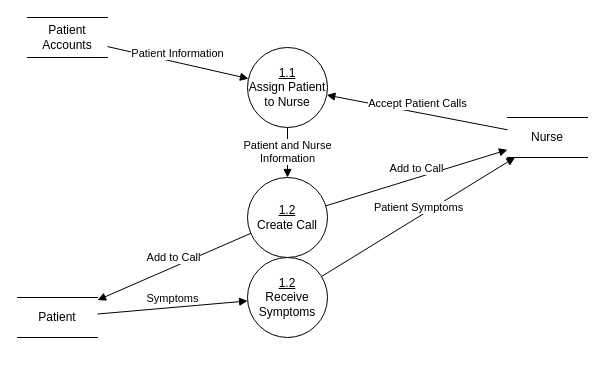
Above: OliverWork/Milestone2/Level1DFDNurseHotline.drawio in SENG-350-2024-fall/Team9 (draw.io), before the change. Source tidied: cells renumbered, new cells numbered last; positions are measured from the earlier drawing's top-left corner, leaving out a move shared by most shapes. Both pictures are drawn from the tidied source at 100%, with x=0, y=0 at pixel (17, 17).
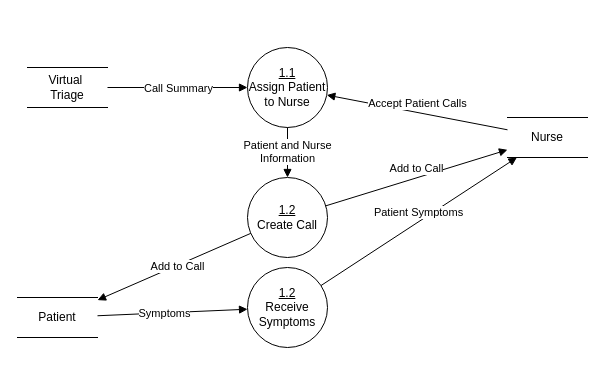
The same page after the edit.

Diff of the diagram source:
```diff
@@
 <mxGraphModel>
   <root>
     <mxCell id="0" />
     <mxCell id="1" parent="0" />
-    <mxCell id="2" value="Patient Information" style="html=1;verticalAlign=bottom;endArrow=block;curved=0;rounded=0;" parent="1" edge="1" source="14" target="3">
+    <mxCell id="2" style="html=1;verticalAlign=bottom;endArrow=block;curved=0;rounded=0;" parent="1" edge="1" source="14" target="3">
       <mxGeometry relative="1" as="geometry" />
     </mxCell>
+    <mxCell id="15" value="Call Summary" style="edgeLabel;html=1;align=center;verticalAlign=middle;" parent="2" vertex="1">
+      <mxGeometry x="-0.14" y="3" relative="1" as="geometry">
+        <mxPoint x="10" y="3" as="offset" />
+      </mxGeometry>
+    </mxCell>
     <mxCell id="3" value="&lt;u&gt;1.1&lt;/u&gt;&lt;div&gt;Assign Patient to Nurse&lt;/div&gt;" style="ellipse;whiteSpace=wrap;html=1;" parent="1" vertex="1">
       <mxGeometry x="230" y="30" width="80" height="80" as="geometry" />
     </mxCell>
     <mxCell id="4" value="Nurse" style="shape=partialRectangle;whiteSpace=wrap;html=1;left=0;right=0;fillColor=none;" parent="1" vertex="1">
       <mxGeometry x="490" y="100" width="80" height="40" as="geometry" />
     </mxCell>
     <mxCell id="5" value="Accept Patient Calls" style="html=1;verticalAlign=bottom;endArrow=block;curved=0;rounded=0;" parent="1" edge="1" source="4" target="3">
       <mxGeometry relative="1" as="geometry" />
     </mxCell>
     <mxCell id="6" value="&lt;u&gt;1.2&lt;/u&gt;&lt;div&gt;Receive Symptoms&lt;/div&gt;" style="ellipse;whiteSpace=wrap;html=1;" parent="1" vertex="1">
-      <mxGeometry x="230" y="240" width="80" height="80" as="geometry" />
+      <mxGeometry x="230" y="250" width="80" height="80" as="geometry" />
     </mxCell>
     <mxCell id="7" value="&lt;u&gt;1.2&lt;/u&gt;&lt;div&gt;Create Call&lt;/div&gt;" style="ellipse;whiteSpace=wrap;html=1;" parent="1" vertex="1">
       <mxGeometry x="230" y="160" width="80" height="80" as="geometry" />
     </mxCell>
     <mxCell id="8" value="Patient" style="shape=partialRectangle;whiteSpace=wrap;html=1;left=0;right=0;fillColor=none;" parent="1" vertex="1">
       <mxGeometry y="280" width="80" height="40" as="geometry" />
     </mxCell>
-    <mxCell id="9" value="Symptoms" style="html=1;verticalAlign=bottom;endArrow=block;curved=0;rounded=0;" parent="1" edge="1" source="8" target="6">
+    <mxCell id="9" style="html=1;verticalAlign=bottom;endArrow=block;curved=0;rounded=0;" parent="1" edge="1" source="8" target="6">
       <mxGeometry relative="1" as="geometry" />
     </mxCell>
+    <mxCell id="16" value="Symptoms" style="edgeLabel;html=1;align=center;verticalAlign=middle;" parent="9" vertex="1">
+      <mxGeometry x="-0.11" relative="1" as="geometry" />
+    </mxCell>
     <mxCell id="10" value="Patient Symptoms" style="html=1;verticalAlign=bottom;endArrow=block;curved=0;rounded=0;" parent="1" edge="1" source="6" target="4">
       <mxGeometry relative="1" as="geometry" />
     </mxCell>
     <mxCell id="11" value="Add to Call" style="html=1;verticalAlign=bottom;endArrow=block;curved=0;rounded=0;" parent="1" edge="1" source="7" target="4">
       <mxGeometry relative="1" as="geometry" />
     </mxCell>
-    <mxCell id="12" value="Add to Call" style="html=1;verticalAlign=bottom;endArrow=block;curved=0;rounded=0;" parent="1" edge="1" source="7" target="8">
+    <mxCell id="12" style="html=1;verticalAlign=bottom;endArrow=block;curved=0;rounded=0;" parent="1" edge="1" source="7" target="8">
       <mxGeometry relative="1" as="geometry" />
     </mxCell>
+    <mxCell id="17" value="Add to Call" style="edgeLabel;html=1;align=center;verticalAlign=middle;" parent="12" vertex="1">
+      <mxGeometry x="-0.03" relative="1" as="geometry" />
+    </mxCell>
     <mxCell id="13" value="Patient and Nurse&lt;div&gt;Information&lt;/div&gt;" style="html=1;verticalAlign=bottom;endArrow=block;curved=0;rounded=0;" parent="1" edge="1" source="3" target="7">
       <mxGeometry x="0.6" relative="1" as="geometry" />
     </mxCell>
-    <mxCell id="14" value="Patient&lt;div&gt;Accounts&lt;/div&gt;" style="shape=partialRectangle;whiteSpace=wrap;html=1;left=0;right=0;fillColor=none;" parent="1" vertex="1">
-      <mxGeometry x="10" width="80" height="40" as="geometry" />
+    <mxCell id="14" value="Virtual&amp;nbsp;&lt;div&gt;Triage&lt;/div&gt;" style="shape=partialRectangle;whiteSpace=wrap;html=1;left=0;right=0;fillColor=none;" parent="1" vertex="1">
+      <mxGeometry x="10" y="50" width="80" height="40" as="geometry" />
     </mxCell>
   </root>
 </mxGraphModel>
```
